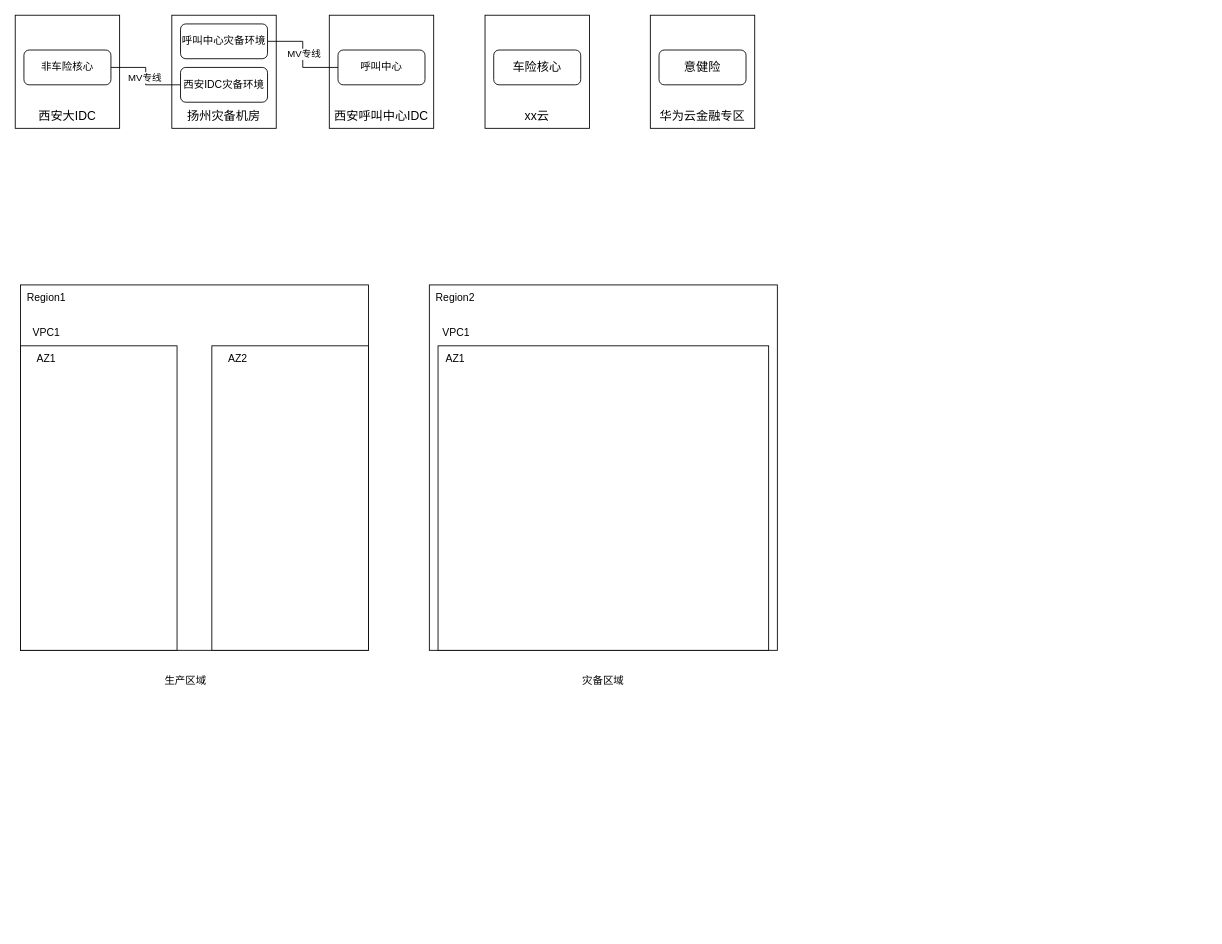
The draw.io diagram 华为云上云架构设计研讨.drawio in wucaitian/wucaitian, before the edit. Source tidied: cells renumbered, new cells numbered last; positions are measured from the earlier drawing's top-left corner, leaving out a move shared by most shapes. Both pictures are drawn from the tidied source at 87%, with x=0, y=0 at pixel (15, 15).
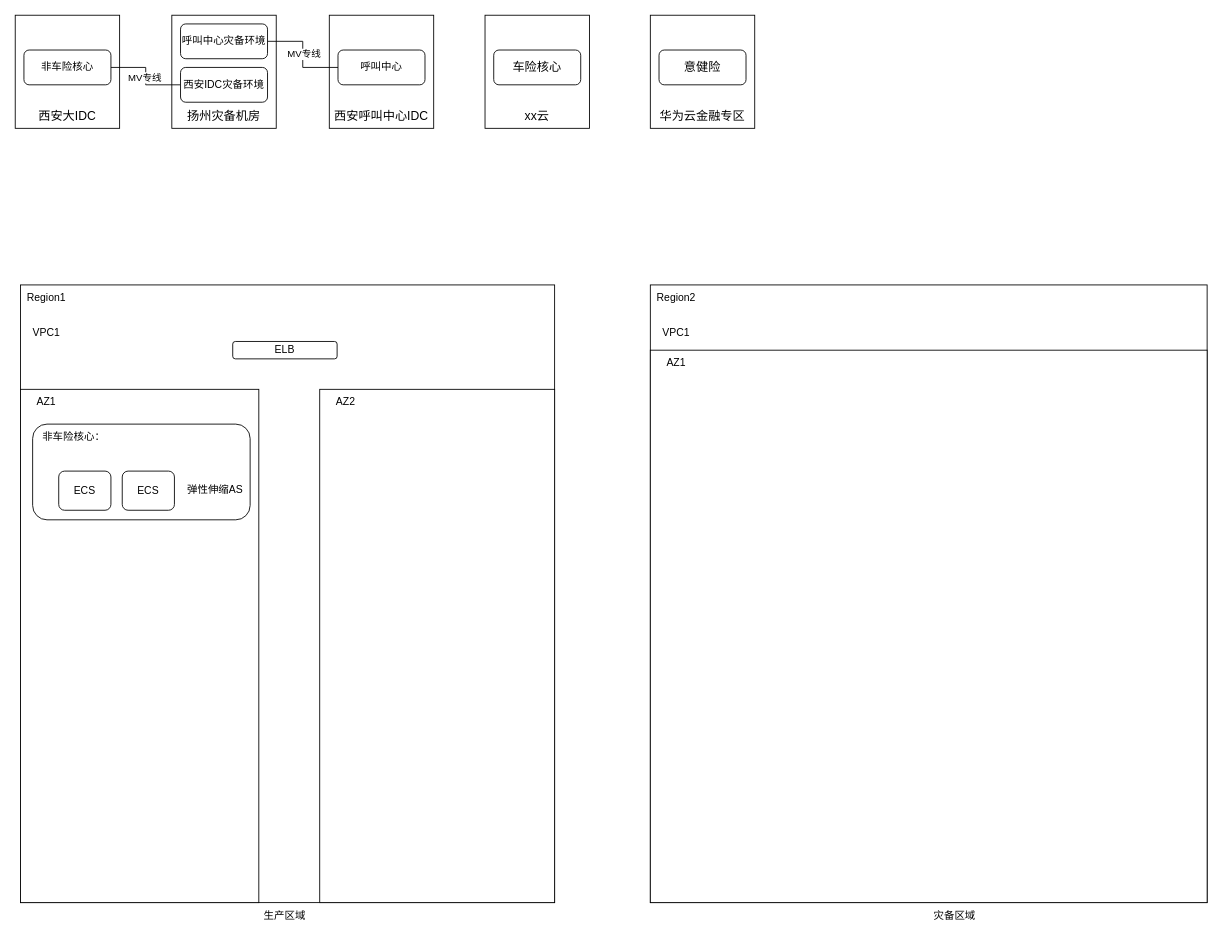
After the change.

Commit message:
更新华为云上云架构设计研讨.drawio

Diff of the diagram source:
```diff
@@
     <mxCell id="17" value="&lt;p style=&quot;margin: 0pt 0pt 0.0001pt; text-align: justify; font-family: Calibri; font-size: 10.5pt;&quot; class=&quot;MsoNormal&quot;&gt;&lt;br&gt;&lt;/p&gt;" style="rounded=0;whiteSpace=wrap;html=1;" parent="1" vertex="1">
-      <mxGeometry x="6" y="310" width="400" height="420" as="geometry" />
+      <mxGeometry x="6" y="310" width="614" height="710" as="geometry" />
     </mxCell>
@@
     <mxCell id="19" style="rounded=0;whiteSpace=wrap;html=1;" parent="1" vertex="1">
-      <mxGeometry x="6" y="380" width="180" height="350" as="geometry" />
+      <mxGeometry x="6" y="430" width="274" height="590" as="geometry" />
     </mxCell>
@@
     <mxCell id="21" style="rounded=0;whiteSpace=wrap;html=1;" parent="1" vertex="1">
-      <mxGeometry x="226" y="380" width="180" height="350" as="geometry" />
+      <mxGeometry x="350" y="430" width="270" height="590" as="geometry" />
     </mxCell>
     <mxCell id="22" value="AZ1" style="text;html=1;strokeColor=none;fillColor=none;align=center;verticalAlign=middle;whiteSpace=wrap;rounded=0;" parent="1" vertex="1">
-      <mxGeometry x="6" y="380" width="60" height="30" as="geometry" />
+      <mxGeometry x="6" y="430" width="60" height="30" as="geometry" />
     </mxCell>
     <mxCell id="23" value="AZ2" style="text;html=1;strokeColor=none;fillColor=none;align=center;verticalAlign=middle;whiteSpace=wrap;rounded=0;" parent="1" vertex="1">
-      <mxGeometry x="226" y="380" width="60" height="30" as="geometry" />
+      <mxGeometry x="350" y="430" width="60" height="30" as="geometry" />
     </mxCell>
     <mxCell id="24" value="生产区域" style="text;html=1;strokeColor=none;fillColor=none;align=center;verticalAlign=middle;whiteSpace=wrap;rounded=0;" parent="1" vertex="1">
-      <mxGeometry x="166" y="750" width="60" height="30" as="geometry" />
+      <mxGeometry x="280" y="1020" width="60" height="30" as="geometry" />
     </mxCell>
     <mxCell id="25" value="&lt;p style=&quot;margin: 0pt 0pt 0.0001pt; text-align: justify; font-family: Calibri; font-size: 10.5pt;&quot; class=&quot;MsoNormal&quot;&gt;&lt;br&gt;&lt;/p&gt;" style="rounded=0;whiteSpace=wrap;html=1;" parent="1" vertex="1">
-      <mxGeometry x="476" y="310" width="400" height="420" as="geometry" />
+      <mxGeometry x="730" y="310" width="640" height="710" as="geometry" />
     </mxCell>
     <mxCell id="26" value="Region2" style="text;html=1;strokeColor=none;fillColor=none;align=center;verticalAlign=middle;whiteSpace=wrap;rounded=0;" parent="1" vertex="1">
-      <mxGeometry x="476" y="310" width="60" height="30" as="geometry" />
+      <mxGeometry x="730" y="310" width="60" height="30" as="geometry" />
     </mxCell>
     <mxCell id="27" style="rounded=0;whiteSpace=wrap;html=1;" parent="1" vertex="1">
-      <mxGeometry x="486" y="380" width="380" height="350" as="geometry" />
+      <mxGeometry x="730" y="385" width="640" height="635" as="geometry" />
     </mxCell>
     <mxCell id="28" value="VPC1" style="text;html=1;strokeColor=none;fillColor=none;align=center;verticalAlign=middle;whiteSpace=wrap;rounded=0;" parent="1" vertex="1">
-      <mxGeometry x="477" y="350" width="60" height="30" as="geometry" />
+      <mxGeometry x="730" y="350" width="60" height="30" as="geometry" />
     </mxCell>
     <mxCell id="29" value="AZ1" style="text;html=1;strokeColor=none;fillColor=none;align=center;verticalAlign=middle;whiteSpace=wrap;rounded=0;" parent="1" vertex="1">
-      <mxGeometry x="476" y="380" width="60" height="30" as="geometry" />
+      <mxGeometry x="730" y="385" width="60" height="30" as="geometry" />
     </mxCell>
     <mxCell id="30" value="灾备区域" style="text;html=1;strokeColor=none;fillColor=none;align=center;verticalAlign=middle;whiteSpace=wrap;rounded=0;" parent="1" vertex="1">
-      <mxGeometry x="646" y="750" width="60" height="30" as="geometry" />
+      <mxGeometry x="1050" y="1020" width="60" height="30" as="geometry" />
     </mxCell>
+    <mxCell id="31" value="ELB" style="rounded=1;whiteSpace=wrap;html=1;" parent="1" vertex="1">
+      <mxGeometry x="250" y="375" width="120" height="20" as="geometry" />
+    </mxCell>
+    <mxCell id="32" style="rounded=1;whiteSpace=wrap;html=1;" parent="1" vertex="1">
+      <mxGeometry x="20" y="470" width="250" height="110" as="geometry" />
+    </mxCell>
+    <mxCell id="33" value="ECS" style="rounded=1;whiteSpace=wrap;html=1;" parent="1" vertex="1">
+      <mxGeometry x="50" y="524" width="60" height="45" as="geometry" />
+    </mxCell>
+    <mxCell id="34" value="ECS" style="rounded=1;whiteSpace=wrap;html=1;" parent="1" vertex="1">
+      <mxGeometry x="123" y="524" width="60" height="45" as="geometry" />
+    </mxCell>
+    <mxCell id="35" value="弹性伸缩AS" style="text;html=1;strokeColor=none;fillColor=none;align=center;verticalAlign=middle;whiteSpace=wrap;rounded=0;" parent="1" vertex="1">
+      <mxGeometry x="195" y="531" width="70" height="30" as="geometry" />
+    </mxCell>
+    <mxCell id="36" value="非车险核心：" style="text;html=1;strokeColor=none;fillColor=none;align=center;verticalAlign=middle;whiteSpace=wrap;rounded=0;" parent="1" vertex="1">
+      <mxGeometry x="25" y="470" width="85" height="30" as="geometry" />
+    </mxCell>
```
